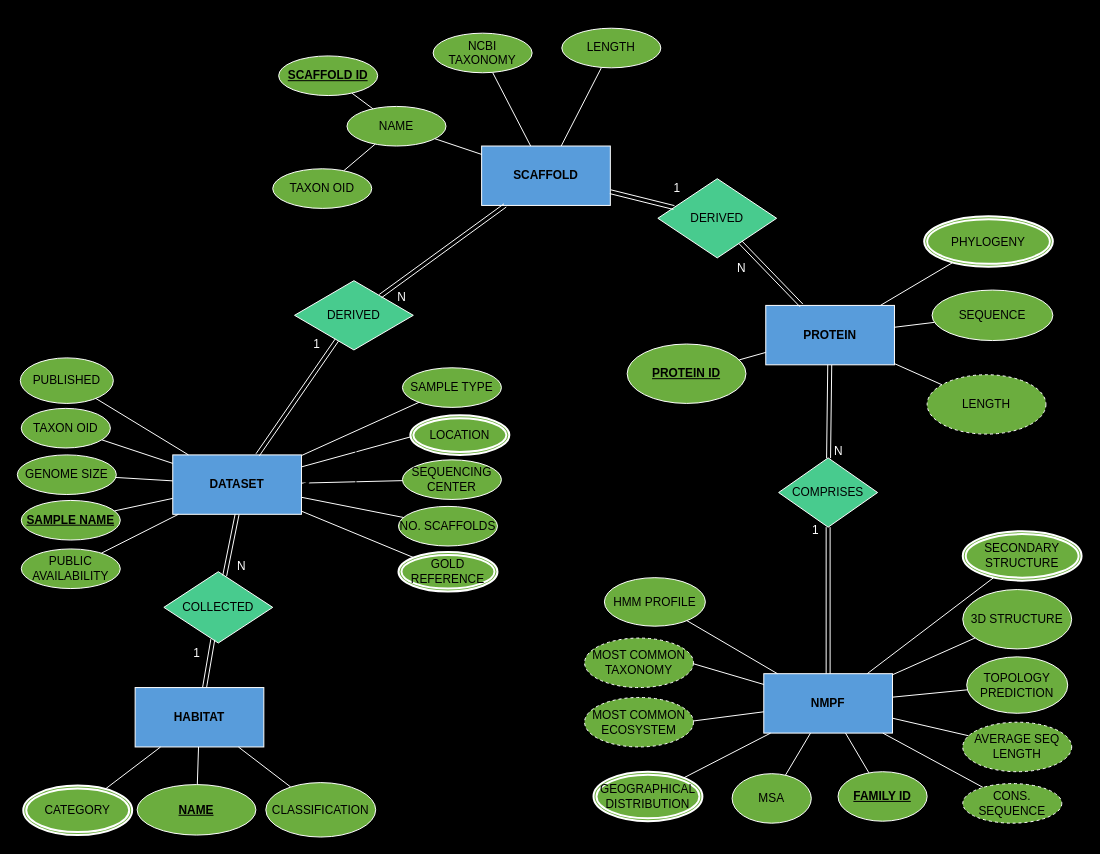
Earlier version of the draw.io diagram Ανώνυμο διάγραμμα.drawio (IceGreb/db_project). Source tidied: cells renumbered, new cells numbered last; positions are measured from the earlier drawing's top-left corner, leaving out a move shared by most shapes. Both pictures are drawn from the tidied source at 99%, with x=0, y=0 at pixel (17, 28).
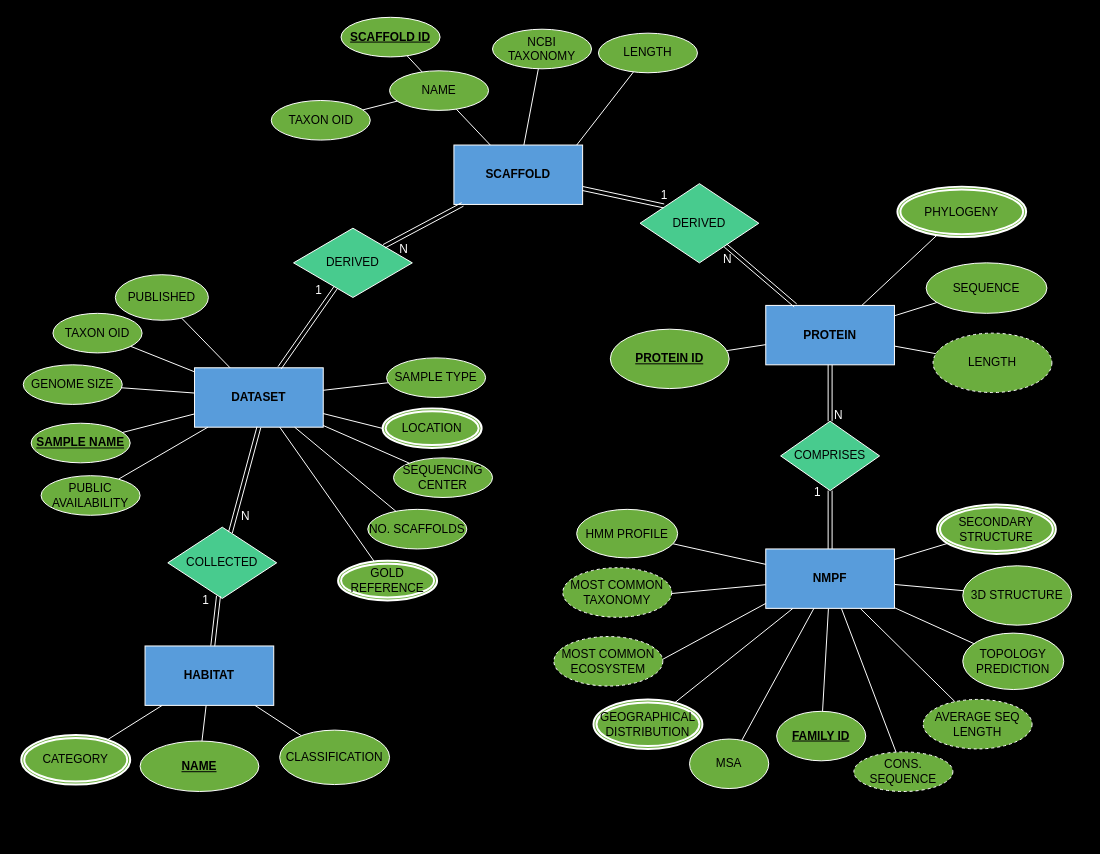
The same page after the edit.

The change refers to these unchanged cells:
```xml
<mxCell id="69" style="shape=link;html=1;rounded=0;width=4;labelBackgroundColor=none;fontFamily=Helvetica;strokeColor=#FFFFFF;fontColor=#FFFFFF;" parent="1" edge="1" source="19" target="50">
  <mxGeometry relative="1" as="geometry" />
</mxCell>
<mxCell id="71" style="shape=link;html=1;rounded=0;entryX=0.5;entryY=1;entryDx=0;entryDy=0;labelBackgroundColor=none;fontFamily=Helvetica;strokeColor=#FFFFFF;fontColor=#FFFFFF;" parent="1" edge="1" source="49" target="19">
  <mxGeometry relative="1" as="geometry" />
</mxCell>
<mxCell id="73" style="shape=link;html=1;rounded=0;labelBackgroundColor=none;fontFamily=Helvetica;strokeColor=#FFFFFF;fontColor=#FFFFFF;" parent="1" edge="1" source="17" target="49">
  <mxGeometry relative="1" as="geometry" />
</mxCell>
<mxCell id="77" style="shape=link;html=1;rounded=0;labelBackgroundColor=none;fontFamily=Helvetica;strokeColor=#FFFFFF;" parent="1" edge="1" source="12" target="2">
  <mxGeometry relative="1" as="geometry" />
</mxCell>
<mxCell id="79" style="shape=link;html=1;rounded=0;labelBackgroundColor=none;fontFamily=Helvetica;labelBorderColor=none;strokeColor=#FFFFFF;fontColor=#FFFFFF;" parent="1" edge="1" source="50" target="18">
  <mxGeometry relative="1" as="geometry" />
</mxCell>
<mxCell id="81" style="shape=link;html=1;rounded=0;labelBackgroundColor=none;fontFamily=Helvetica;labelBorderColor=none;strokeColor=#FFFFFF;fontColor=#FFFFFF;" parent="1" edge="1" source="30" target="11">
  <mxGeometry relative="1" as="geometry" />
</mxCell>
```

The edit, as a diff of the source:
```diff
@@
     <mxCell id="2" value="NMPF" style="rounded=0;whiteSpace=wrap;html=1;labelBackgroundColor=none;fontFamily=Helvetica;strokeColor=#FFFFFF;fillColor=#589cdb;fontColor=#000000;fontStyle=1;" parent="1" vertex="1">
-      <mxGeometry x="754" y="652" width="130" height="60" as="geometry" />
+      <mxGeometry x="756" y="526" width="130" height="60" as="geometry" />
     </mxCell>
@@
     <mxCell id="4" value="MSA" style="ellipse;whiteSpace=wrap;html=1;rounded=0;labelBackgroundColor=none;fontFamily=Helvetica;strokeColor=#FFFFFF;fillColor=#6bad3e;gradientColor=none;fontColor=#000000;labelBorderColor=none;fontStyle=0;" parent="1" vertex="1">
-      <mxGeometry x="722" y="753" width="80" height="50" as="geometry" />
+      <mxGeometry x="679" y="718" width="80" height="50" as="geometry" />
     </mxCell>
@@
     <mxCell id="6" value="HMM PROFILE" style="ellipse;whiteSpace=wrap;html=1;rounded=0;labelBackgroundColor=none;fontFamily=Helvetica;strokeColor=#FFFFFF;fillColor=#6bad3e;fontColor=#000000;labelBorderColor=none;fontStyle=0;" parent="1" vertex="1">
-      <mxGeometry x="593" y="555" width="102" height="49" as="geometry" />
+      <mxGeometry x="565" y="486" width="102" height="49" as="geometry" />
     </mxCell>
@@
     <mxCell id="8" value="TOPOLOGY PREDICTION" style="ellipse;whiteSpace=wrap;html=1;rounded=0;labelBackgroundColor=none;direction=west;fontFamily=Helvetica;strokeColor=#FFFFFF;fillColor=#6bad3e;fontColor=#000000;labelBorderColor=none;fontStyle=0;" parent="1" vertex="1">
-      <mxGeometry x="959" y="635" width="102" height="57" as="geometry" />
+      <mxGeometry x="955" y="611" width="102" height="57" as="geometry" />
     </mxCell>
@@
     <mxCell id="10" value="&lt;u&gt;&lt;b&gt;FAMILY ID&lt;/b&gt;&lt;/u&gt;" style="ellipse;whiteSpace=wrap;html=1;rounded=0;labelBackgroundColor=none;fontFamily=Helvetica;fillColor=#6bad3e;gradientColor=none;strokeColor=#FFFFFF;fontColor=#000000;labelBorderColor=none;fontStyle=0;" parent="1" vertex="1">
-      <mxGeometry x="829" y="751" width="90" height="50" as="geometry" />
+      <mxGeometry x="767" y="690" width="90" height="50" as="geometry" />
     </mxCell>
@@
     <mxCell id="12" value="COMPRISES" style="rhombus;whiteSpace=wrap;html=1;rounded=0;labelBackgroundColor=none;fontFamily=Helvetica;fillColor=#48cb8e;strokeColor=#FFFFFF;fontColor=#000000;" parent="1" vertex="1">
-      <mxGeometry x="769" y="434" width="100" height="70" as="geometry" />
+      <mxGeometry x="771" y="397" width="100" height="70" as="geometry" />
     </mxCell>
@@
     <mxCell id="14" value="SEQUENCE" style="ellipse;whiteSpace=wrap;html=1;labelBackgroundColor=none;fontFamily=Helvetica;labelBorderColor=none;fillColor=#6bad3e;strokeColor=#FFFFFF;fontColor=#000000;fontStyle=0;" parent="1" vertex="1">
-      <mxGeometry x="924" y="264.5" width="122" height="51" as="geometry" />
+      <mxGeometry x="918" y="237" width="122" height="51" as="geometry" />
     </mxCell>
@@
     <mxCell id="16" value="&lt;span&gt;&lt;u&gt;&lt;b&gt;PROTEIN ID&lt;/b&gt;&lt;/u&gt;&lt;/span&gt;" style="ellipse;whiteSpace=wrap;html=1;labelBackgroundColor=none;fontFamily=Helvetica;labelBorderColor=none;fillColor=#6bad3e;strokeColor=#FFFFFF;fontColor=#000000;fontStyle=0;" parent="1" vertex="1">
-      <mxGeometry x="616" y="319" width="120" height="60" as="geometry" />
+      <mxGeometry x="599" y="304" width="120" height="60" as="geometry" />
     </mxCell>
     <mxCell id="17" value="HABITAT" style="rounded=0;whiteSpace=wrap;html=1;labelBackgroundColor=none;fontFamily=Helvetica;fillColor=#589cdb;fontColor=#000000;strokeColor=#FFFFFF;fontStyle=1;" parent="1" vertex="1">
-      <mxGeometry x="119" y="666" width="130" height="60" as="geometry" />
+      <mxGeometry x="129" y="624" width="130" height="60" as="geometry" />
     </mxCell>
     <mxCell id="18" value="SCAFFOLD" style="rounded=0;whiteSpace=wrap;html=1;labelBackgroundColor=none;fontFamily=Helvetica;labelBorderColor=none;fillColor=#589cdb;strokeColor=#FFFFFF;fontColor=#000000;fontStyle=1;" parent="1" vertex="1">
-      <mxGeometry x="469" y="119" width="130" height="60" as="geometry" />
+      <mxGeometry x="441" y="118" width="130" height="60" as="geometry" />
     </mxCell>
     <mxCell id="19" value="DATASET" style="rounded=0;whiteSpace=wrap;html=1;labelBackgroundColor=none;fontFamily=Helvetica;fillColor=#589cdb;strokeColor=#FFFFFF;fontColor=#000000;fontStyle=1;" parent="1" vertex="1">
-      <mxGeometry x="157" y="431" width="130" height="60" as="geometry" />
+      <mxGeometry x="179" y="343" width="130" height="60" as="geometry" />
     </mxCell>
@@
     <mxCell id="21" value="3D STRUCTURE" style="ellipse;whiteSpace=wrap;html=1;align=center;labelBackgroundColor=none;fontFamily=Helvetica;fillColor=#6bad3e;strokeColor=#FFFFFF;fontColor=#000000;labelBorderColor=none;fontStyle=0;" parent="1" vertex="1">
-      <mxGeometry x="955" y="567" width="110" height="60" as="geometry" />
+      <mxGeometry x="955" y="543" width="110" height="60" as="geometry" />
     </mxCell>
@@
     <mxCell id="23" value="TAXON OID" style="ellipse;whiteSpace=wrap;html=1;align=center;labelBackgroundColor=none;fontFamily=Helvetica;fillColor=#6bad3e;strokeColor=#FFFFFF;fontColor=#000000;labelBorderColor=none;fontStyle=0;" parent="1" vertex="1">
-      <mxGeometry x="4" y="384" width="90" height="40" as="geometry" />
+      <mxGeometry x="36" y="288" width="90" height="40" as="geometry" />
     </mxCell>
@@
     <mxCell id="25" value="&lt;u&gt;&lt;b&gt;SCAFFOLD ID&lt;/b&gt;&lt;/u&gt;" style="ellipse;whiteSpace=wrap;html=1;align=center;labelBackgroundColor=none;fontFamily=Helvetica;strokeColor=#FFFFFF;fillColor=#6bad3e;fontColor=#000000;labelBorderColor=none;fontStyle=0;" parent="1" vertex="1">
-      <mxGeometry x="264" y="28" width="100" height="40" as="geometry" />
+      <mxGeometry x="327" y="-11" width="100" height="40" as="geometry" />
     </mxCell>
-    <mxCell id="26" style="edgeStyle=none;shape=connector;rounded=0;jettySize=auto;html=1;labelBackgroundColor=default;strokeColor=#FFFFFF;align=center;verticalAlign=middle;fontFamily=Helvetica;fontSize=11;fontColor=default;endArrow=none;endFill=0;" parent="1" edge="1" source="27" target="18">
+    <mxCell id="26" style="edgeStyle=none;shape=connector;rounded=0;jettySize=auto;html=1;labelBackgroundColor=default;strokeColor=#FFFFFF;align=center;verticalAlign=middle;fontFamily=Helvetica;fontSize=11;fontColor=default;endArrow=none;endFill=0;entryX=0.954;entryY=0;entryDx=0;entryDy=0;entryPerimeter=0;" parent="1" edge="1" source="27" target="18">
       <mxGeometry relative="1" as="geometry" />
     </mxCell>
     <mxCell id="27" value="LENGTH" style="ellipse;whiteSpace=wrap;html=1;align=center;labelBackgroundColor=none;fontFamily=Helvetica;labelBorderColor=none;fillColor=#6bad3e;strokeColor=#FFFFFF;fontColor=#000000;fontStyle=0;" parent="1" vertex="1">
-      <mxGeometry x="550" width="100" height="40" as="geometry" />
+      <mxGeometry x="587" y="5" width="100" height="40" as="geometry" />
     </mxCell>
@@
     <mxCell id="29" value="NCBI TAXONOMY" style="ellipse;whiteSpace=wrap;html=1;align=center;labelBackgroundColor=none;fontFamily=Helvetica;labelBorderColor=none;strokeColor=#FFFFFF;fillColor=#6bad3e;fontColor=#000000;fontStyle=0;" parent="1" vertex="1">
-      <mxGeometry x="420" y="5" width="100" height="40" as="geometry" />
+      <mxGeometry x="480" y="1" width="100" height="40" as="geometry" />
     </mxCell>
     <mxCell id="30" value="DERIVED" style="shape=rhombus;perimeter=rhombusPerimeter;whiteSpace=wrap;html=1;align=center;labelBackgroundColor=none;fontFamily=Helvetica;labelBorderColor=none;fillColor=#48cb8e;strokeColor=#FFFFFF;fontColor=#000000;rounded=0;" parent="1" vertex="1">
-      <mxGeometry x="647" y="152" width="120" height="80" as="geometry" />
+      <mxGeometry x="629" y="157" width="120" height="80" as="geometry" />
     </mxCell>
@@
     <mxCell id="32" value="&lt;u&gt;&lt;b&gt;SAMPLE NAME&lt;/b&gt;&lt;/u&gt;" style="ellipse;whiteSpace=wrap;html=1;align=center;labelBackgroundColor=none;fontFamily=Helvetica;fillColor=#6bad3e;strokeColor=#FFFFFF;fontColor=#000000;labelBorderColor=none;fontStyle=0;" parent="1" vertex="1">
-      <mxGeometry x="4" y="477" width="100" height="40" as="geometry" />
+      <mxGeometry x="14" y="399" width="100" height="40" as="geometry" />
     </mxCell>
@@
     <mxCell id="34" value="SAMPLE TYPE" style="ellipse;whiteSpace=wrap;html=1;align=center;labelBackgroundColor=none;fontFamily=Helvetica;labelBorderColor=none;fillColor=#6bad3e;strokeColor=#FFFFFF;fontColor=#000000;fontStyle=0;" parent="1" vertex="1">
-      <mxGeometry x="389" y="343" width="100" height="40" as="geometry" />
+      <mxGeometry x="373" y="333" width="100" height="40" as="geometry" />
     </mxCell>
@@
     <mxCell id="37" value="&lt;div&gt;SEQUENCING CENTER&lt;/div&gt;" style="ellipse;whiteSpace=wrap;html=1;align=center;labelBackgroundColor=none;fontFamily=Helvetica;fillColor=#6bad3e;strokeColor=#FFFFFF;fontColor=#000000;labelBorderColor=none;fontStyle=0;" parent="1" vertex="1">
-      <mxGeometry x="389" y="436" width="100" height="40" as="geometry" />
+      <mxGeometry x="380" y="434" width="100" height="40" as="geometry" />
     </mxCell>
@@
     <mxCell id="39" value="PUBLISHED" style="ellipse;whiteSpace=wrap;html=1;align=center;labelBackgroundColor=none;fontFamily=Helvetica;fillColor=#6bad3e;strokeColor=#FFFFFF;fontColor=#000000;labelBorderColor=none;fontStyle=0;" parent="1" vertex="1">
-      <mxGeometry x="3" y="333" width="94" height="46" as="geometry" />
+      <mxGeometry x="99" y="249" width="94" height="46" as="geometry" />
     </mxCell>
@@
     <mxCell id="41" value="PUBLIC AVAILABILITY" style="ellipse;whiteSpace=wrap;html=1;align=center;labelBackgroundColor=none;fontFamily=Helvetica;fillColor=#6bad3e;strokeColor=#FFFFFF;fontColor=#000000;labelBorderColor=none;fontStyle=0;" parent="1" vertex="1">
-      <mxGeometry x="4" y="526" width="100" height="40" as="geometry" />
+      <mxGeometry x="24" y="452" width="100" height="40" as="geometry" />
     </mxCell>
@@
     <mxCell id="43" value="GENOME SIZE" style="ellipse;whiteSpace=wrap;html=1;align=center;labelBackgroundColor=none;fontFamily=Helvetica;fillColor=#6bad3e;strokeColor=#FFFFFF;fontColor=#000000;labelBorderColor=none;fontStyle=0;" parent="1" vertex="1">
-      <mxGeometry y="431" width="100" height="40" as="geometry" />
+      <mxGeometry x="6" y="340" width="100" height="40" as="geometry" />
     </mxCell>
     <mxCell id="44" value="&lt;div&gt;NO. SCAFFOLDS&lt;/div&gt;" style="ellipse;whiteSpace=wrap;html=1;align=center;labelBackgroundColor=none;fontFamily=Helvetica;fillColor=#6bad3e;strokeColor=#FFFFFF;fontColor=#000000;labelBorderColor=none;fontStyle=0;" parent="1" vertex="1">
-      <mxGeometry x="385" y="483" width="100" height="40" as="geometry" />
+      <mxGeometry x="354" y="486" width="100" height="40" as="geometry" />
     </mxCell>
@@
     <mxCell id="46" value="&lt;u&gt;&lt;b&gt;NAME&lt;/b&gt;&lt;/u&gt;" style="ellipse;whiteSpace=wrap;html=1;align=center;labelBackgroundColor=none;fontFamily=Helvetica;fillColor=#6bad3e;strokeColor=#FFFFFF;fontColor=#000000;labelBorderColor=none;fontStyle=0;" parent="1" vertex="1">
-      <mxGeometry x="121" y="764" width="120" height="51" as="geometry" />
+      <mxGeometry x="124" y="720" width="120" height="51" as="geometry" />
     </mxCell>
@@
     <mxCell id="48" value="CLASSIFICATION" style="ellipse;whiteSpace=wrap;html=1;align=center;labelBackgroundColor=none;fontFamily=Helvetica;fillColor=#6bad3e;strokeColor=#FFFFFF;fontColor=#000000;labelBorderColor=none;fontStyle=0;" parent="1" vertex="1">
-      <mxGeometry x="251" y="762" width="111" height="55" as="geometry" />
+      <mxGeometry x="265" y="709" width="111" height="55" as="geometry" />
     </mxCell>
     <mxCell id="49" value="COLLECTED" style="shape=rhombus;perimeter=rhombusPerimeter;whiteSpace=wrap;html=1;align=center;direction=south;labelBackgroundColor=none;fontFamily=Helvetica;fillColor=#48cb8e;strokeColor=#FFFFFF;fontColor=#000000;rounded=0;" parent="1" vertex="1">
-      <mxGeometry x="148" y="549" width="110" height="72" as="geometry" />
+      <mxGeometry x="152" y="504" width="110" height="72" as="geometry" />
     </mxCell>
     <mxCell id="50" value="DERIVED" style="shape=rhombus;perimeter=rhombusPerimeter;whiteSpace=wrap;html=1;align=center;labelBackgroundColor=none;fontFamily=Helvetica;labelBorderColor=none;fillColor=#48cb8e;strokeColor=#FFFFFF;fontColor=#000000;rounded=0;" parent="1" vertex="1">
-      <mxGeometry x="280" y="255" width="120" height="70" as="geometry" />
+      <mxGeometry x="279" y="202" width="120" height="70" as="geometry" />
     </mxCell>
@@
     <mxCell id="52" value="ΝΑΜΕ" style="ellipse;whiteSpace=wrap;html=1;align=center;labelBackgroundColor=none;fontFamily=Helvetica;labelBorderColor=none;strokeColor=#FFFFFF;fillColor=#6bad3e;fontColor=#000000;fontStyle=0;" parent="1" vertex="1">
-      <mxGeometry x="333" y="79" width="100" height="40" as="geometry" />
+      <mxGeometry x="376" y="43" width="100" height="40" as="geometry" />
     </mxCell>
@@
     <mxCell id="54" value="AVERAGE SEQ LENGTH" style="ellipse;whiteSpace=wrap;html=1;align=center;dashed=1;labelBackgroundColor=none;fontFamily=Helvetica;fillColor=#6bad3e;gradientColor=none;strokeColor=#FFFFFF;fontColor=#000000;labelBorderColor=none;fontStyle=0;" parent="1" vertex="1">
-      <mxGeometry x="955" y="701" width="110" height="50" as="geometry" />
+      <mxGeometry x="915" y="678" width="110" height="50" as="geometry" />
     </mxCell>
@@
     <mxCell id="56" value="CATEGORY" style="ellipse;shape=doubleEllipse;margin=3;whiteSpace=wrap;html=1;align=center;labelBackgroundColor=none;fontFamily=Helvetica;fillColor=#6bad3e;strokeColor=#FFFFFF;fontColor=#000000;labelBorderColor=none;fontStyle=0;strokeWidth=2;" parent="1" vertex="1">
-      <mxGeometry x="6" y="765" width="110" height="50" as="geometry" />
+      <mxGeometry x="4" y="714" width="110" height="50" as="geometry" />
     </mxCell>
@@
     <mxCell id="58" value="GOLD REFERENCE" style="ellipse;shape=doubleEllipse;margin=3;whiteSpace=wrap;html=1;align=center;labelBackgroundColor=none;fontFamily=Helvetica;fillColor=#6bad3e;strokeColor=#FFFFFF;fontColor=#000000;labelBorderColor=none;fontStyle=0;strokeWidth=2;" parent="1" vertex="1">
-      <mxGeometry x="385" y="529" width="100" height="40" as="geometry" />
+      <mxGeometry x="324" y="538" width="100" height="40" as="geometry" />
     </mxCell>
@@
     <mxCell id="60" value="GEOGRAPHICAL DISTRIBUTION" style="ellipse;shape=doubleEllipse;margin=3;whiteSpace=wrap;html=1;align=center;labelBackgroundColor=none;fontFamily=Helvetica;strokeColor=#FFFFFF;fillColor=#6bad3e;fontColor=#000000;labelBorderColor=none;fontStyle=0;strokeWidth=2;" parent="1" vertex="1">
-      <mxGeometry x="582" y="751" width="110" height="50" as="geometry" />
+      <mxGeometry x="582" y="678" width="110" height="50" as="geometry" />
     </mxCell>
-    <mxCell id="61" style="edgeStyle=none;shape=connector;rounded=0;jettySize=auto;html=1;labelBackgroundColor=default;strokeColor=#FFFFFF;align=center;verticalAlign=middle;fontFamily=Helvetica;fontSize=11;fontColor=default;endArrow=none;endFill=0;exitX=0.982;exitY=0.48;exitDx=0;exitDy=0;exitPerimeter=0;" parent="1" edge="1" source="90" target="2">
+    <mxCell id="61" style="edgeStyle=none;shape=connector;rounded=0;jettySize=auto;html=1;labelBackgroundColor=default;strokeColor=#FFFFFF;align=center;verticalAlign=middle;fontFamily=Helvetica;fontSize=11;fontColor=default;endArrow=none;endFill=0;exitX=0.982;exitY=0.48;exitDx=0;exitDy=0;exitPerimeter=0;entryX=0;entryY=0.917;entryDx=0;entryDy=0;entryPerimeter=0;" parent="1" edge="1" source="90" target="2">
       <mxGeometry relative="1" as="geometry" />
     </mxCell>
@@
     <mxCell id="63" value="SECONDARY STRUCTURE" style="ellipse;shape=doubleEllipse;margin=3;whiteSpace=wrap;html=1;align=center;labelBackgroundColor=none;fontFamily=Helvetica;fillColor=#6bad3e;strokeColor=#FFFFFF;fontColor=#000000;labelBorderColor=none;fontStyle=0;strokeWidth=2;" parent="1" vertex="1">
-      <mxGeometry x="955" y="508" width="120" height="50" as="geometry" />
+      <mxGeometry x="929" y="481" width="120" height="50" as="geometry" />
     </mxCell>
@@
     <mxCell id="66" value="CONS. SEQUENCE" style="ellipse;whiteSpace=wrap;html=1;align=center;dashed=1;labelBackgroundColor=none;fontFamily=Helvetica;strokeColor=#FFFFFF;fillColor=#6bad3e;gradientColor=none;fontColor=#000000;labelBorderColor=none;fontStyle=0;" parent="1" vertex="1">
-      <mxGeometry x="955" y="763" width="100" height="40" as="geometry" />
+      <mxGeometry x="845" y="731" width="100" height="40" as="geometry" />
     </mxCell>
@@
     <mxCell id="68" value="TAXON OID" style="ellipse;whiteSpace=wrap;html=1;align=center;labelBackgroundColor=none;fontFamily=Helvetica;strokeColor=#FFFFFF;fillColor=#6bad3e;fontColor=#000000;labelBorderColor=none;fontStyle=0;" parent="1" vertex="1">
-      <mxGeometry x="258" y="142" width="100" height="40" as="geometry" />
+      <mxGeometry x="256.5" y="73" width="100" height="40" as="geometry" />
     </mxCell>
@@
     <mxCell id="70" value="1" style="html=1;whiteSpace=wrap;align=right;verticalAlign=bottom;labelBackgroundColor=none;fontFamily=Helvetica;fontColor=#FFFFFF;" parent="69" vertex="1">
       <mxGeometry relative="1" as="geometry">
-        <mxPoint x="25" y="-45" as="offset" />
+        <mxPoint x="16" y="-30" as="offset" />
       </mxGeometry>
     </mxCell>
@@
     <mxCell id="72" value="Ν" style="html=1;whiteSpace=wrap;align=right;verticalAlign=bottom;labelBackgroundColor=none;fontFamily=Helvetica;fontColor=#FFFFFF;" parent="71" vertex="1">
       <mxGeometry relative="1" as="geometry">
-        <mxPoint x="16" y="30" as="offset" />
+        <mxPoint x="6" y="45" as="offset" />
       </mxGeometry>
     </mxCell>
@@
     <mxCell id="74" value="1" style="html=1;whiteSpace=wrap;align=right;verticalAlign=bottom;labelBackgroundColor=none;fontFamily=Helvetica;fontColor=#FFFFFF;" parent="73" vertex="1">
       <mxGeometry relative="1" as="geometry">
-        <mxPoint x="-7" y="-1" as="offset" />
+        <mxPoint x="-5" y="-13" as="offset" />
       </mxGeometry>
     </mxCell>
-    <mxCell id="75" style="shape=link;html=1;rounded=0;labelBackgroundColor=none;fontFamily=Helvetica;labelBorderColor=none;strokeColor=#FFFFFF;fontColor=#FFFFFF;" parent="1" edge="1" source="18" target="30">
+    <mxCell id="75" style="shape=link;html=1;rounded=0;labelBackgroundColor=none;fontFamily=Helvetica;labelBorderColor=none;strokeColor=#FFFFFF;fontColor=#FFFFFF;entryX=0.2;entryY=0.281;entryDx=0;entryDy=0;entryPerimeter=0;" parent="1" edge="1" source="18" target="30">
       <mxGeometry relative="1" as="geometry" />
     </mxCell>
     <mxCell id="76" value="1" style="html=1;whiteSpace=wrap;align=right;verticalAlign=bottom;labelBackgroundColor=none;fontFamily=Helvetica;labelBorderColor=none;fontColor=#FFFFFF;" parent="75" vertex="1">
       <mxGeometry relative="1" as="geometry">
-        <mxPoint x="40" y="-3" as="offset" />
+        <mxPoint x="46" y="6" as="offset" />
       </mxGeometry>
     </mxCell>
@@
     <mxCell id="78" value="1" style="html=1;whiteSpace=wrap;align=right;verticalAlign=bottom;labelBackgroundColor=none;fontFamily=Helvetica;fontColor=#FFFFFF;" parent="77" vertex="1">
       <mxGeometry relative="1" as="geometry">
-        <mxPoint x="-8" y="-63" as="offset" />
+        <mxPoint x="-8" y="-20" as="offset" />
       </mxGeometry>
     </mxCell>
@@
     <mxCell id="80" value="Ν" style="html=1;whiteSpace=wrap;align=right;verticalAlign=bottom;labelBackgroundColor=none;fontFamily=Helvetica;labelBorderColor=none;fontColor=#FFFFFF;" parent="79" vertex="1">
       <mxGeometry relative="1" as="geometry">
-        <mxPoint x="-36" y="55" as="offset" />
+        <mxPoint x="-14" y="33" as="offset" />
       </mxGeometry>
     </mxCell>
@@
     <mxCell id="82" value="Ν" style="html=1;whiteSpace=wrap;align=right;verticalAlign=bottom;labelBackgroundColor=none;fontFamily=Helvetica;labelBorderColor=none;fontColor=#FFFFFF;" parent="81" vertex="1">
       <mxGeometry relative="1" as="geometry">
-        <mxPoint x="-24" y="3" as="offset" />
+        <mxPoint x="-28" y="-8" as="offset" />
       </mxGeometry>
     </mxCell>
@@
     <mxCell id="85" value="PHYLOGENY" style="ellipse;shape=doubleEllipse;margin=3;whiteSpace=wrap;html=1;align=center;labelBackgroundColor=none;fontFamily=Helvetica;fillColor=#6bad3e;strokeColor=#FFFFFF;fontColor=#000000;labelBorderColor=none;fontStyle=0;strokeWidth=2;" parent="1" vertex="1">
-      <mxGeometry x="916" y="190" width="130" height="51" as="geometry" />
+      <mxGeometry x="889" y="160" width="130" height="51" as="geometry" />
     </mxCell>
@@
     <mxCell id="87" value="LENGTH" style="ellipse;whiteSpace=wrap;html=1;align=center;dashed=1;labelBackgroundColor=none;fontFamily=Helvetica;labelBorderColor=none;fillColor=#6bad3e;strokeColor=#FFFFFF;fontColor=#000000;fontStyle=0;" parent="1" vertex="1">
-      <mxGeometry x="919" y="350" width="120" height="60" as="geometry" />
+      <mxGeometry x="925" y="308" width="120" height="60" as="geometry" />
     </mxCell>
@@
     <mxCell id="89" value="N" style="html=1;whiteSpace=wrap;align=right;verticalAlign=bottom;labelBackgroundColor=none;fontFamily=Helvetica;fontColor=#FFFFFF;" parent="1" vertex="1">
-      <mxGeometry x="835" y="436" as="geometry" />
+      <mxGeometry x="835" y="399" as="geometry" />
     </mxCell>
     <mxCell id="90" value="MOST COMMON ECOSYSTEM" style="ellipse;whiteSpace=wrap;html=1;align=center;dashed=1;labelBackgroundColor=none;fontFamily=Helvetica;fillColor=#6bad3e;gradientColor=none;strokeColor=#FFFFFF;fontColor=#000000;labelBorderColor=none;fontStyle=0;" parent="1" vertex="1">
-      <mxGeometry x="573" y="676" width="110" height="50" as="geometry" />
+      <mxGeometry x="542" y="614.5" width="110" height="50" as="geometry" />
     </mxCell>
-    <mxCell id="91" style="edgeStyle=orthogonalEdgeStyle;rounded=0;jettySize=auto;html=1;" parent="1" edge="1" source="92" target="19">
-      <mxGeometry relative="1" as="geometry" />
-    </mxCell>
     <mxCell id="92" value="LOCATION" style="ellipse;shape=doubleEllipse;margin=3;whiteSpace=wrap;html=1;align=center;labelBackgroundColor=none;fontFamily=Helvetica;fillColor=#6bad3e;strokeColor=#FFFFFF;fontColor=#000000;labelBorderColor=none;fontStyle=0;strokeWidth=2;" parent="1" vertex="1">
-      <mxGeometry x="397" y="391" width="100" height="40" as="geometry" />
+      <mxGeometry x="369" y="384" width="100" height="40" as="geometry" />
     </mxCell>
     <mxCell id="93" value="MOST COMMON TAXONOMY" style="ellipse;whiteSpace=wrap;html=1;align=center;dashed=1;labelBackgroundColor=none;fontFamily=Helvetica;fillColor=#6bad3e;gradientColor=none;strokeColor=#FFFFFF;fontColor=#000000;labelBorderColor=none;fontStyle=0;" parent="1" vertex="1">
-      <mxGeometry x="573" y="616" width="110" height="50" as="geometry" />
+      <mxGeometry x="551" y="545" width="110" height="50" as="geometry" />
     </mxCell>
```
